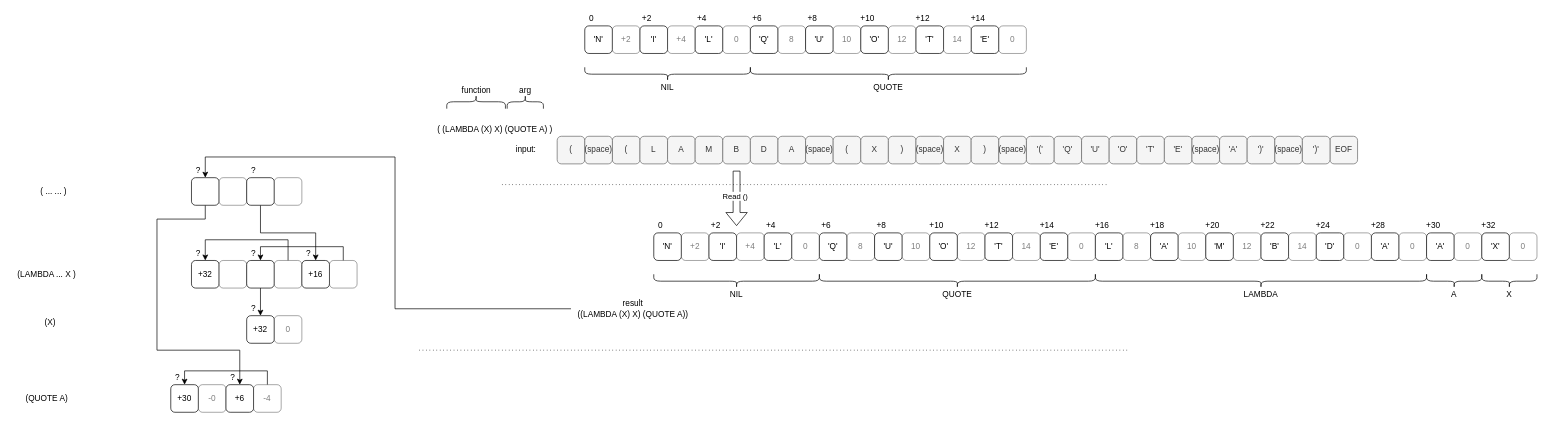
The draw.io diagram page "Reading of trace 2" (4 of 11) of SectorLisp.drawio in guitarvydas/ptsectorlisp, before the edit. Source tidied: cells renumbered, new cells numbered last; positions are measured from the earlier drawing's top-left corner, leaving out a move shared by most shapes. Both pictures are drawn from the tidied source at 69%, with x=0, y=0 at pixel (12, -64).
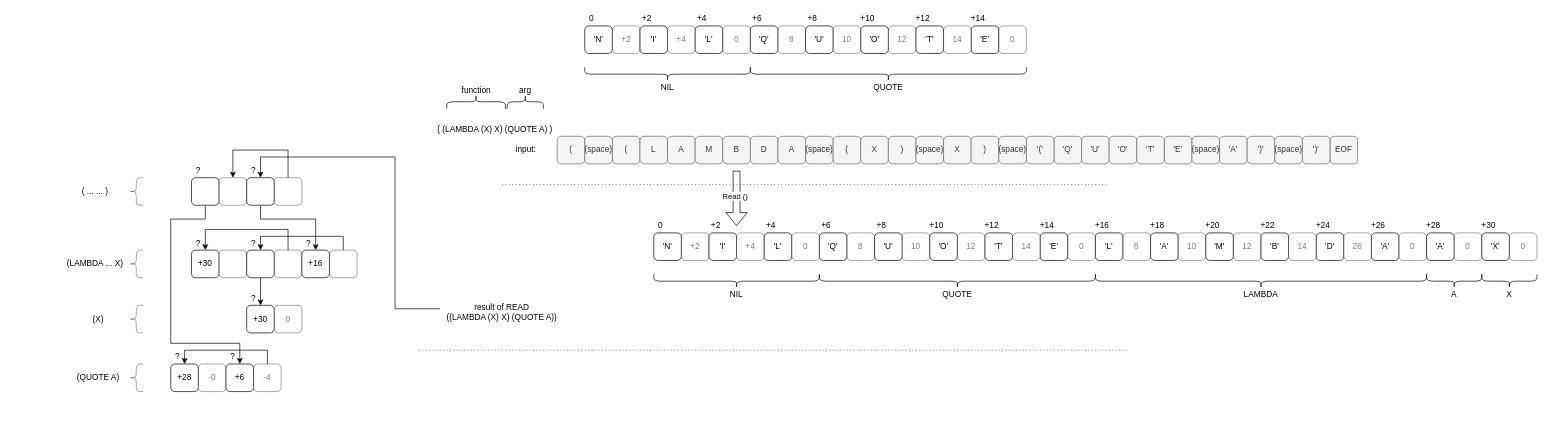
The same diagram, later.

Unchanged cells that the change refers to:
```xml
<mxCell id="148" style="rounded=1;whiteSpace=wrap;html=1;shadow=0;" parent="1" vertex="1">
  <mxGeometry x="260" y="350" width="40" height="40" as="geometry" />
</mxCell>
<mxCell id="149" style="rounded=1;whiteSpace=wrap;html=1;shadow=0;textOpacity=50;opacity=50;" parent="1" vertex="1">
  <mxGeometry x="300" y="350" width="40" height="40" as="geometry" />
</mxCell>
<mxCell id="151" style="rounded=1;whiteSpace=wrap;html=1;shadow=0;" parent="1" vertex="1">
  <mxGeometry x="340" y="350" width="40" height="40" as="geometry" />
</mxCell>
<mxCell id="152" style="rounded=1;whiteSpace=wrap;html=1;shadow=0;textOpacity=50;opacity=50;" parent="1" vertex="1">
  <mxGeometry x="380" y="350" width="40" height="40" as="geometry" />
</mxCell>
```

Diff of the diagram source:
```diff
@@
-    <mxCell id="49" value="+30" style="rounded=1;whiteSpace=wrap;html=1;shadow=0;" parent="1" vertex="1">
-      <mxGeometry x="230" y="650" width="40" height="40" as="geometry" />
+    <mxCell id="49" value="+28" style="rounded=1;whiteSpace=wrap;html=1;shadow=0;" parent="1" vertex="1">
+      <mxGeometry x="230" y="620" width="40" height="40" as="geometry" />
     </mxCell>
     <mxCell id="50" value="-0" style="rounded=1;whiteSpace=wrap;html=1;shadow=0;textOpacity=50;opacity=50;" parent="1" vertex="1">
-      <mxGeometry x="270" y="650" width="40" height="40" as="geometry" />
+      <mxGeometry x="270" y="620" width="40" height="40" as="geometry" />
     </mxCell>
@@
     <mxCell id="53" value="+6" style="rounded=1;whiteSpace=wrap;html=1;shadow=0;" parent="1" vertex="1">
-      <mxGeometry x="310" y="650" width="40" height="40" as="geometry" />
+      <mxGeometry x="310" y="620" width="40" height="40" as="geometry" />
     </mxCell>
@@
     <mxCell id="55" value="-4" style="rounded=1;whiteSpace=wrap;html=1;shadow=0;textOpacity=50;opacity=50;" parent="1" vertex="1">
-      <mxGeometry x="350" y="650" width="40" height="40" as="geometry" />
+      <mxGeometry x="350" y="620" width="40" height="40" as="geometry" />
     </mxCell>
-    <mxCell id="56" value="+28" style="text;html=1;strokeColor=none;fillColor=none;align=center;verticalAlign=middle;whiteSpace=wrap;rounded=0;shadow=0;" parent="1" vertex="1">
+    <mxCell id="56" value="+26" style="text;html=1;strokeColor=none;fillColor=none;align=center;verticalAlign=middle;whiteSpace=wrap;rounded=0;shadow=0;" parent="1" vertex="1">
       <mxGeometry x="1970" y="410" width="20" height="20" as="geometry" />
     </mxCell>
@@
-    <mxCell id="60" style="edgeStyle=orthogonalEdgeStyle;rounded=0;jettySize=auto;html=1;entryX=0.5;entryY=0;entryDx=0;entryDy=0;" parent="1" edge="1" source="61" target="148">
+    <mxCell id="60" style="edgeStyle=orthogonalEdgeStyle;rounded=0;jettySize=auto;html=1;entryX=0.5;entryY=0;entryDx=0;entryDy=0;" parent="1" edge="1" source="61" target="151">
       <mxGeometry relative="1" as="geometry">
         <Array as="points">
           <mxPoint x="555" y="540" />
           <mxPoint x="555" y="320" />
-          <mxPoint x="280" y="320" />
+          <mxPoint x="360" y="320" />
         </Array>
       </mxGeometry>
     </mxCell>
-    <mxCell id="61" value="result&lt;br&gt;((LAMBDA (X) X) (QUOTE A))" style="text;html=1;strokeColor=none;fillColor=none;align=center;verticalAlign=middle;whiteSpace=wrap;rounded=0;shadow=0;" parent="1" vertex="1">
-      <mxGeometry x="810" y="530" width="180" height="20" as="geometry" />
+    <mxCell id="61" value="result of READ&lt;br&gt;((LAMBDA (X) X) (QUOTE A))" style="text;html=1;strokeColor=none;fillColor=none;align=center;verticalAlign=middle;whiteSpace=wrap;rounded=0;shadow=0;" parent="1" vertex="1">
+      <mxGeometry x="620" y="535" width="180" height="20" as="geometry" />
     </mxCell>
@@
     <mxCell id="84" value="?" style="text;html=1;strokeColor=none;fillColor=none;align=center;verticalAlign=middle;whiteSpace=wrap;rounded=0;shadow=0;" parent="1" vertex="1">
-      <mxGeometry x="310" y="630" width="20" height="20" as="geometry" />
+      <mxGeometry x="310" y="600" width="20" height="20" as="geometry" />
     </mxCell>
     <mxCell id="85" value="?" style="text;html=1;strokeColor=none;fillColor=none;align=center;verticalAlign=middle;whiteSpace=wrap;rounded=0;shadow=0;" parent="1" vertex="1">
-      <mxGeometry x="230" y="630" width="20" height="20" as="geometry" />
+      <mxGeometry x="230" y="600" width="20" height="20" as="geometry" />
     </mxCell>
@@
-    <mxCell id="116" value="0" style="rounded=1;whiteSpace=wrap;html=1;shadow=0;opacity=50;textOpacity=50;" parent="1" vertex="1">
+    <mxCell id="116" value="26" style="rounded=1;whiteSpace=wrap;html=1;shadow=0;opacity=50;textOpacity=50;" parent="1" vertex="1">
       <mxGeometry x="1930" y="430" width="40" height="40" as="geometry" />
     </mxCell>
@@
-    <mxCell id="130" value="+30" style="text;html=1;strokeColor=none;fillColor=none;align=center;verticalAlign=middle;whiteSpace=wrap;rounded=0;shadow=0;" parent="1" vertex="1">
+    <mxCell id="130" value="+28" style="text;html=1;strokeColor=none;fillColor=none;align=center;verticalAlign=middle;whiteSpace=wrap;rounded=0;shadow=0;" parent="1" vertex="1">
       <mxGeometry x="2050" y="410" width="20" height="20" as="geometry" />
     </mxCell>
-    <mxCell id="131" value="+32" style="rounded=1;whiteSpace=wrap;html=1;shadow=0;" parent="1" vertex="1">
-      <mxGeometry x="260" y="470" width="40" height="40" as="geometry" />
+    <mxCell id="131" value="+30" style="rounded=1;whiteSpace=wrap;html=1;shadow=0;" parent="1" vertex="1">
+      <mxGeometry x="260" y="455" width="40" height="40" as="geometry" />
     </mxCell>
     <mxCell id="132" style="rounded=1;whiteSpace=wrap;html=1;shadow=0;textOpacity=50;opacity=50;" parent="1" vertex="1">
-      <mxGeometry x="300" y="470" width="40" height="40" as="geometry" />
+      <mxGeometry x="300" y="455" width="40" height="40" as="geometry" />
     </mxCell>
@@
     <mxCell id="134" style="rounded=1;whiteSpace=wrap;html=1;shadow=0;" parent="1" vertex="1">
-      <mxGeometry x="340" y="470" width="40" height="40" as="geometry" />
+      <mxGeometry x="340" y="455" width="40" height="40" as="geometry" />
     </mxCell>
     <mxCell id="135" style="edgeStyle=orthogonalEdgeStyle;rounded=0;jettySize=auto;html=1;exitX=0.5;exitY=0;exitDx=0;exitDy=0;entryX=0.5;entryY=0;entryDx=0;entryDy=0;" parent="1" edge="1" source="136" target="131">
       <mxGeometry relative="1" as="geometry">
         <Array as="points">
-          <mxPoint x="400" y="440" />
-          <mxPoint x="280" y="440" />
+          <mxPoint x="400" y="425" />
+          <mxPoint x="280" y="425" />
         </Array>
       </mxGeometry>
     </mxCell>
     <mxCell id="136" style="rounded=1;whiteSpace=wrap;html=1;shadow=0;textOpacity=50;opacity=50;" parent="1" vertex="1">
-      <mxGeometry x="380" y="470" width="40" height="40" as="geometry" />
+      <mxGeometry x="380" y="455" width="40" height="40" as="geometry" />
     </mxCell>
     <mxCell id="137" value="+16" style="rounded=1;whiteSpace=wrap;html=1;shadow=0;" parent="1" vertex="1">
-      <mxGeometry x="420" y="470" width="40" height="40" as="geometry" />
+      <mxGeometry x="420" y="455" width="40" height="40" as="geometry" />
     </mxCell>
@@
     <mxCell id="139" style="rounded=1;whiteSpace=wrap;html=1;shadow=0;textOpacity=50;opacity=50;" parent="1" vertex="1">
-      <mxGeometry x="460" y="470" width="40" height="40" as="geometry" />
+      <mxGeometry x="460" y="455" width="40" height="40" as="geometry" />
     </mxCell>
@@
-    <mxCell id="144" value="+32" style="text;html=1;strokeColor=none;fillColor=none;align=center;verticalAlign=middle;whiteSpace=wrap;rounded=0;shadow=0;" parent="1" vertex="1">
+    <mxCell id="144" value="+30" style="text;html=1;strokeColor=none;fillColor=none;align=center;verticalAlign=middle;whiteSpace=wrap;rounded=0;shadow=0;" parent="1" vertex="1">
       <mxGeometry x="2130" y="410" width="20" height="20" as="geometry" />
     </mxCell>
-    <mxCell id="145" value="+32" style="rounded=1;whiteSpace=wrap;html=1;shadow=0;" parent="1" vertex="1">
-      <mxGeometry x="340" y="550" width="40" height="40" as="geometry" />
+    <mxCell id="145" value="+30" style="rounded=1;whiteSpace=wrap;html=1;shadow=0;" parent="1" vertex="1">
+      <mxGeometry x="340" y="535" width="40" height="40" as="geometry" />
     </mxCell>
     <mxCell id="146" value="0" style="rounded=1;whiteSpace=wrap;html=1;shadow=0;textOpacity=50;opacity=50;" parent="1" vertex="1">
-      <mxGeometry x="380" y="550" width="40" height="40" as="geometry" />
+      <mxGeometry x="380" y="535" width="40" height="40" as="geometry" />
     </mxCell>
     <mxCell id="147" style="edgeStyle=orthogonalEdgeStyle;rounded=0;jettySize=auto;html=1;exitX=0.5;exitY=1;exitDx=0;exitDy=0;" parent="1" edge="1" source="148" target="53">
       <mxGeometry relative="1" as="geometry">
         <Array as="points">
           <mxPoint x="280" y="410" />
-          <mxPoint x="210" y="410" />
-          <mxPoint x="210" y="600" />
-          <mxPoint x="330" y="600" />
+          <mxPoint x="230" y="410" />
+          <mxPoint x="230" y="590" />
+          <mxPoint x="330" y="590" />
         </Array>
       </mxGeometry>
     </mxCell>
@@
     <mxCell id="150" style="edgeStyle=orthogonalEdgeStyle;rounded=0;jettySize=auto;html=1;exitX=0.5;exitY=1;exitDx=0;exitDy=0;entryX=0.5;entryY=0;entryDx=0;entryDy=0;" parent="1" edge="1" source="151" target="137">
-      <mxGeometry relative="1" as="geometry" />
+      <mxGeometry relative="1" as="geometry">
+        <Array as="points">
+          <mxPoint x="360" y="410" />
+          <mxPoint x="440" y="410" />
+        </Array>
+      </mxGeometry>
     </mxCell>
@@
+    <mxCell id="163" style="edgeStyle=orthogonalEdgeStyle;rounded=0;jettySize=auto;html=1;entryX=0.5;entryY=0;entryDx=0;entryDy=0;" parent="1" edge="1" source="152" target="149">
+      <mxGeometry relative="1" as="geometry">
+        <Array as="points">
+          <mxPoint x="400" y="310" />
+          <mxPoint x="320" y="310" />
+        </Array>
+      </mxGeometry>
+    </mxCell>
@@
-    <mxCell id="153" value="( ... ... )" style="text;html=1;align=center;verticalAlign=middle;strokeColor=none;" parent="1" vertex="1">
-      <mxGeometry x="35" y="360" width="50" height="20" as="geometry" />
-    </mxCell>
-    <mxCell id="154" value="(LAMBDA ... X )" style="text;html=1;align=center;verticalAlign=middle;strokeColor=none;" parent="1" vertex="1">
-      <mxGeometry y="480" width="100" height="20" as="geometry" />
+    <mxCell id="154" value="(LAMBDA ... X)" style="text;html=1;align=center;verticalAlign=middle;strokeColor=none;" parent="1" vertex="1">
+      <mxGeometry x="70" y="465" width="100" height="20" as="geometry" />
     </mxCell>
-    <mxCell id="155" value="(X)" style="text;html=1;align=center;verticalAlign=middle;strokeColor=none;" parent="1" vertex="1">
-      <mxGeometry x="40" y="550" width="30" height="20" as="geometry" />
-    </mxCell>
-    <mxCell id="156" value="(QUOTE A)" style="text;html=1;align=center;verticalAlign=middle;strokeColor=none;" parent="1" vertex="1">
-      <mxGeometry x="10" y="660" width="80" height="20" as="geometry" />
-    </mxCell>
     <mxCell id="157" value="?" style="text;html=1;strokeColor=none;fillColor=none;align=center;verticalAlign=middle;whiteSpace=wrap;rounded=0;shadow=0;" parent="1" vertex="1">
-      <mxGeometry x="340" y="530" width="20" height="20" as="geometry" />
+      <mxGeometry x="340" y="515" width="20" height="20" as="geometry" />
     </mxCell>
     <mxCell id="158" value="?" style="text;html=1;strokeColor=none;fillColor=none;align=center;verticalAlign=middle;whiteSpace=wrap;rounded=0;shadow=0;" parent="1" vertex="1">
-      <mxGeometry x="420" y="450" width="20" height="20" as="geometry" />
+      <mxGeometry x="420" y="435" width="20" height="20" as="geometry" />
     </mxCell>
     <mxCell id="159" value="?" style="text;html=1;strokeColor=none;fillColor=none;align=center;verticalAlign=middle;whiteSpace=wrap;rounded=0;shadow=0;" parent="1" vertex="1">
-      <mxGeometry x="340" y="450" width="20" height="20" as="geometry" />
+      <mxGeometry x="340" y="435" width="20" height="20" as="geometry" />
     </mxCell>
     <mxCell id="160" value="?" style="text;html=1;strokeColor=none;fillColor=none;align=center;verticalAlign=middle;whiteSpace=wrap;rounded=0;shadow=0;" parent="1" vertex="1">
-      <mxGeometry x="260" y="450" width="20" height="20" as="geometry" />
+      <mxGeometry x="260" y="435" width="20" height="20" as="geometry" />
     </mxCell>
@@
+    <mxCell id="164" style="shape=curlyBracket;whiteSpace=wrap;html=1;rounded=1;shadow=0;strokeColor=#000000;opacity=50;align=center;" parent="1" vertex="1">
+      <mxGeometry x="170" y="620" width="20" height="40" as="geometry" />
+    </mxCell>
+    <mxCell id="156" value="(QUOTE A)" style="text;html=1;strokeColor=none;fillColor=none;align=center;verticalAlign=middle;whiteSpace=wrap;rounded=0;shadow=0;" parent="1" vertex="1">
+      <mxGeometry x="85" y="630" width="80" height="20" as="geometry" />
+    </mxCell>
+    <mxCell id="165" style="shape=curlyBracket;whiteSpace=wrap;html=1;rounded=1;shadow=0;strokeColor=#000000;opacity=50;align=center;" parent="1" vertex="1">
+      <mxGeometry x="170" y="535" width="20" height="40" as="geometry" />
+    </mxCell>
+    <mxCell id="155" value="(X)" style="text;html=1;strokeColor=none;fillColor=none;align=center;verticalAlign=middle;whiteSpace=wrap;rounded=0;shadow=0;" parent="1" vertex="1">
+      <mxGeometry x="85" y="545" width="80" height="20" as="geometry" />
+    </mxCell>
+    <mxCell id="166" style="shape=curlyBracket;whiteSpace=wrap;html=1;rounded=1;shadow=0;strokeColor=#000000;opacity=50;align=center;" parent="1" vertex="1">
+      <mxGeometry x="170" y="455" width="20" height="40" as="geometry" />
+    </mxCell>
+    <mxCell id="153" value="( ... ... )" style="text;html=1;align=center;verticalAlign=middle;strokeColor=none;" parent="1" vertex="1">
+      <mxGeometry x="95" y="360" width="50" height="20" as="geometry" />
+    </mxCell>
+    <mxCell id="167" style="shape=curlyBracket;whiteSpace=wrap;html=1;rounded=1;shadow=0;strokeColor=#000000;opacity=50;align=center;" parent="1" vertex="1">
+      <mxGeometry x="170" y="350" width="20" height="40" as="geometry" />
+    </mxCell>
```
